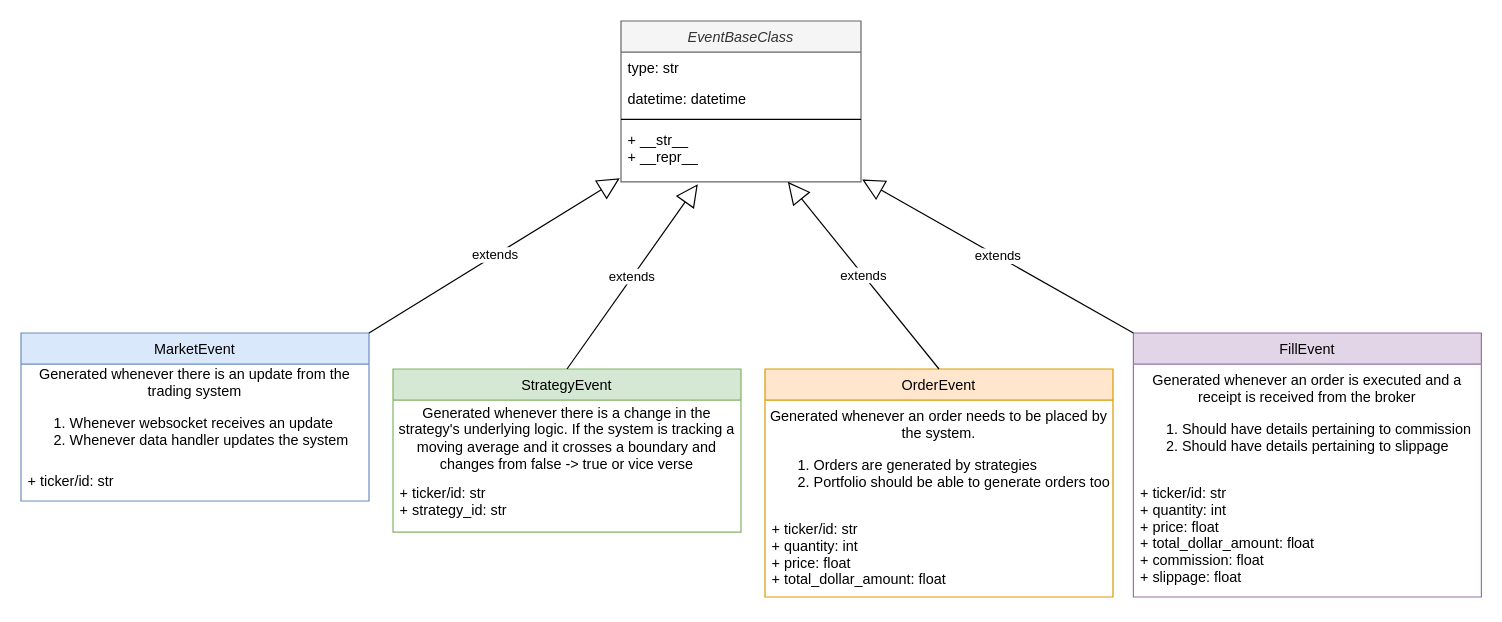
This is Diagrams/Event.drawio from leowotzak/LJWEquities, a draw.io file, before an edit. Source tidied: cells renumbered, new cells numbered last; positions are measured from the earlier drawing's top-left corner, leaving out a move shared by most shapes. Both pictures are drawn from the tidied source at 120%, with x=0, y=0 at pixel (20, 20).
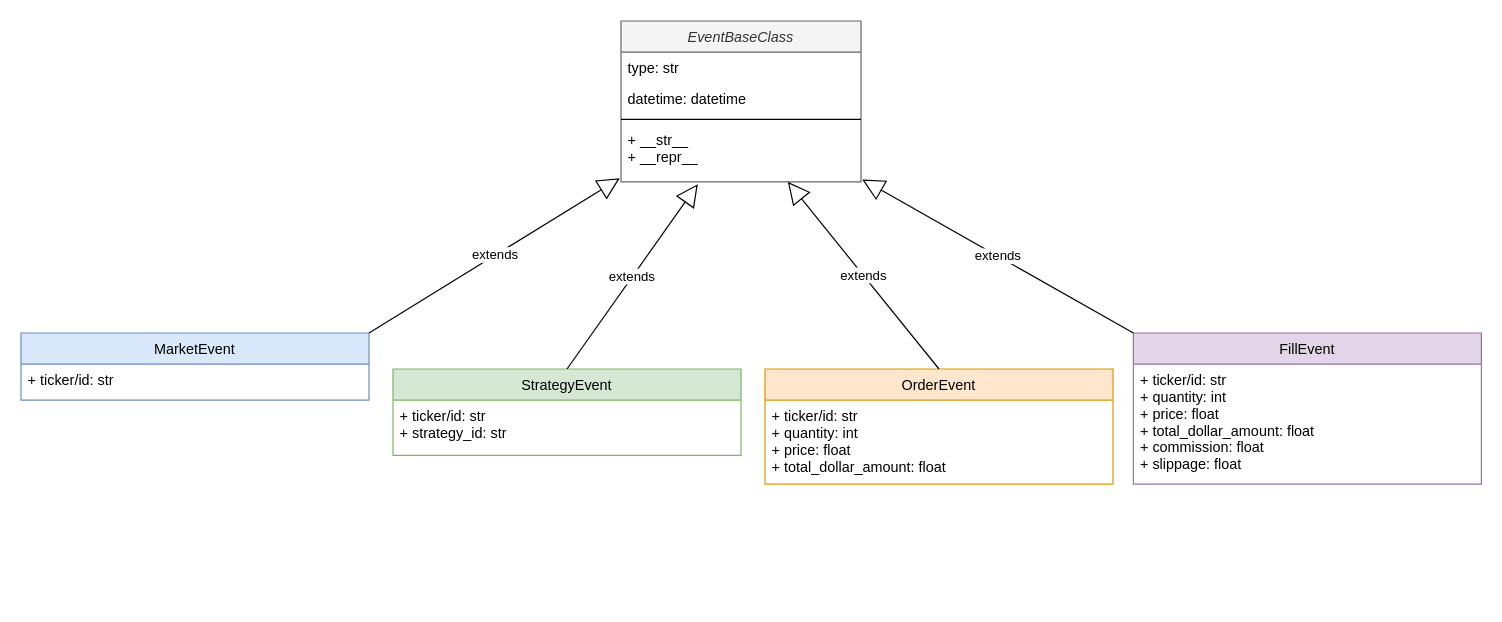
The same page after the edit.

Commit message (it also covers changes not shown here):
updated event UML

Change to the diagram source:
```diff
@@
     <mxCell id="7" value="MarketEvent" style="swimlane;fontStyle=0;horizontal=1;startSize=26;fillColor=#dae8fc;strokeColor=#6c8ebf;" parent="1" vertex="1">
-      <mxGeometry y="260" width="290" height="140" as="geometry" />
+      <mxGeometry y="260" width="290" height="56" as="geometry" />
     </mxCell>
-    <mxCell id="8" value="Generated whenever there is an update from the trading system&lt;br&gt;&lt;div style=&quot;text-align: left&quot;&gt;&lt;ol&gt;&lt;li&gt;&lt;span&gt;Whenever websocket receives an update&lt;/span&gt;&lt;/li&gt;&lt;li&gt;&lt;span&gt;Whenever data handler updates the system&lt;/span&gt;&lt;/li&gt;&lt;/ol&gt;&lt;/div&gt;" style="text;html=1;strokeColor=none;fillColor=none;align=center;verticalAlign=middle;whiteSpace=wrap;rounded=0;" parent="7" vertex="1">
-      <mxGeometry y="26" width="290" height="84" as="geometry" />
-    </mxCell>
     <mxCell id="9" value="+ ticker/id: str" style="text;strokeColor=none;fillColor=none;align=left;verticalAlign=top;spacingLeft=4;spacingRight=4;overflow=hidden;" parent="7" vertex="1">
-      <mxGeometry y="110" width="290" height="30" as="geometry" />
+      <mxGeometry y="26" width="290" height="30" as="geometry" />
     </mxCell>
     <mxCell id="10" value="StrategyEvent" style="swimlane;fontStyle=0;horizontal=1;startSize=26;fillColor=#d5e8d4;strokeColor=#82b366;" parent="1" vertex="1">
-      <mxGeometry x="310" y="290" width="290" height="136" as="geometry" />
+      <mxGeometry x="310" y="290" width="290" height="72" as="geometry" />
     </mxCell>
-    <mxCell id="11" value="Generated whenever there is a change in the strategy's underlying logic. If the system is tracking a moving average and it crosses a boundary and changes from false -&amp;gt; true or vice verse" style="text;html=1;strokeColor=none;fillColor=none;align=center;verticalAlign=middle;whiteSpace=wrap;rounded=0;" parent="10" vertex="1">
-      <mxGeometry y="26" width="290" height="64" as="geometry" />
-    </mxCell>
     <mxCell id="12" value="+ ticker/id: str&#10;+ strategy_id: str" style="text;strokeColor=none;fillColor=none;align=left;verticalAlign=top;spacingLeft=4;spacingRight=4;overflow=hidden;" parent="10" vertex="1">
-      <mxGeometry y="90" width="290" height="46" as="geometry" />
+      <mxGeometry y="26" width="290" height="46" as="geometry" />
     </mxCell>
     <mxCell id="13" value="OrderEvent" style="swimlane;fontStyle=0;horizontal=1;startSize=26;fillColor=#ffe6cc;strokeColor=#d79b00;" parent="1" vertex="1">
-      <mxGeometry x="620" y="290" width="290" height="190" as="geometry" />
+      <mxGeometry x="620" y="290" width="290" height="96" as="geometry" />
     </mxCell>
-    <mxCell id="14" value="Generated whenever an order needs to be placed by the system.&lt;br&gt;&lt;div style=&quot;text-align: left&quot;&gt;&lt;ol&gt;&lt;li&gt;&lt;span&gt;Orders are generated by strategies&lt;/span&gt;&lt;/li&gt;&lt;li&gt;&lt;span&gt;Portfolio should be able to generate orders too&lt;/span&gt;&lt;/li&gt;&lt;/ol&gt;&lt;/div&gt;" style="text;html=1;strokeColor=none;fillColor=none;align=center;verticalAlign=middle;whiteSpace=wrap;rounded=0;" parent="13" vertex="1">
-      <mxGeometry y="26" width="290" height="94" as="geometry" />
-    </mxCell>
     <mxCell id="15" value="+ ticker/id: str&#10;+ quantity: int&#10;+ price: float&#10;+ total_dollar_amount: float" style="text;strokeColor=none;fillColor=none;align=left;verticalAlign=top;spacingLeft=4;spacingRight=4;overflow=hidden;" parent="13" vertex="1">
-      <mxGeometry y="120" width="290" height="70" as="geometry" />
+      <mxGeometry y="26" width="290" height="70" as="geometry" />
     </mxCell>
     <mxCell id="16" value="FillEvent" style="swimlane;fontStyle=0;horizontal=1;startSize=26;fillColor=#e1d5e7;strokeColor=#9673a6;" parent="1" vertex="1">
-      <mxGeometry x="927" y="260" width="290" height="220" as="geometry" />
+      <mxGeometry x="927" y="260" width="290" height="126" as="geometry" />
     </mxCell>
-    <mxCell id="17" value="Generated whenever an order is executed and a receipt is received from the broker&lt;br&gt;&lt;div style=&quot;text-align: left&quot;&gt;&lt;ol&gt;&lt;li&gt;&lt;span&gt;Should have details pertaining to commission&lt;/span&gt;&lt;/li&gt;&lt;li&gt;&lt;span&gt;Should have details pertaining to slippage&lt;/span&gt;&lt;br&gt;&lt;/li&gt;&lt;/ol&gt;&lt;/div&gt;" style="text;html=1;strokeColor=none;fillColor=none;align=center;verticalAlign=middle;whiteSpace=wrap;rounded=0;" parent="16" vertex="1">
-      <mxGeometry y="26" width="290" height="94" as="geometry" />
-    </mxCell>
     <mxCell id="18" value="+ ticker/id: str&#10;+ quantity: int&#10;+ price: float&#10;+ total_dollar_amount: float&#10;+ commission: float&#10;+ slippage: float" style="text;strokeColor=none;fillColor=none;align=left;verticalAlign=top;spacingLeft=4;spacingRight=4;overflow=hidden;" parent="16" vertex="1">
-      <mxGeometry y="120" width="290" height="100" as="geometry" />
+      <mxGeometry y="26" width="290" height="100" as="geometry" />
     </mxCell>
```
